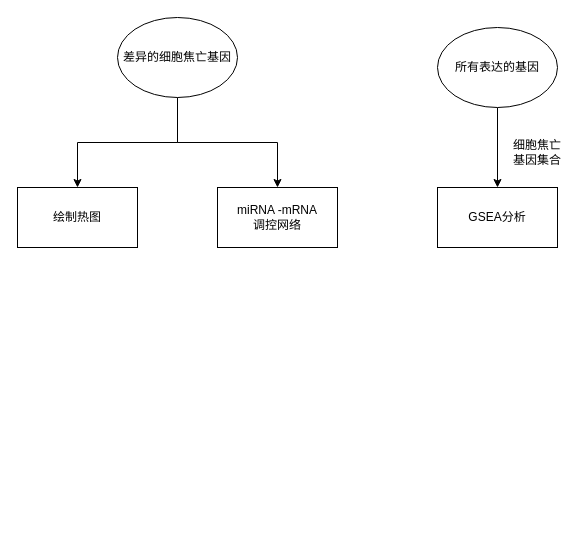
Above: xibao焦亡.drawio in gnilihzeux/Bioinformatics_Pipeline (draw.io), before the change. Source tidied: cells renumbered, new cells numbered last; positions are measured from the earlier drawing's top-left corner, leaving out a move shared by most shapes. Both pictures are drawn from the tidied source at 100%, with x=0, y=0 at pixel (17, 17).
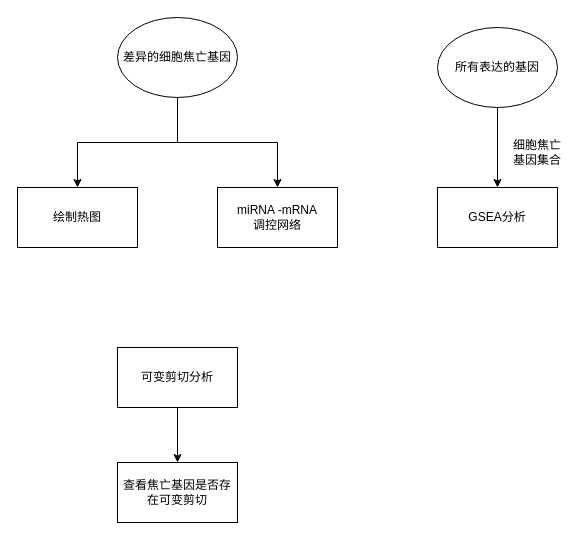
The same page after the edit.

Change to the diagram source:
```diff
@@
 <mxGraphModel>
   <root>
     <mxCell id="0" />
     <mxCell id="1" parent="0" />
     <mxCell id="2" style="edgeStyle=orthogonalEdgeStyle;rounded=0;jettySize=auto;html=1;" parent="1" edge="1" source="4" target="5">
       <mxGeometry relative="1" as="geometry" />
     </mxCell>
     <mxCell id="3" style="edgeStyle=orthogonalEdgeStyle;rounded=0;jettySize=auto;html=1;" parent="1" edge="1" source="4" target="6">
       <mxGeometry relative="1" as="geometry" />
     </mxCell>
     <mxCell id="4" value="差异的细胞焦亡基因" style="ellipse;whiteSpace=wrap;html=1;" parent="1" vertex="1">
       <mxGeometry x="100" width="120" height="80" as="geometry" />
     </mxCell>
     <mxCell id="5" value="绘制热图" style="whiteSpace=wrap;html=1;" parent="1" vertex="1">
       <mxGeometry y="170" width="120" height="60" as="geometry" />
     </mxCell>
     <mxCell id="6" value="miRNA -mRNA &lt;br&gt;调控网络" style="whiteSpace=wrap;html=1;" parent="1" vertex="1">
       <mxGeometry x="200" y="170" width="120" height="60" as="geometry" />
     </mxCell>
     <mxCell id="7" style="edgeStyle=orthogonalEdgeStyle;rounded=0;jettySize=auto;html=1;" parent="1" edge="1" source="8" target="9">
       <mxGeometry relative="1" as="geometry" />
     </mxCell>
     <mxCell id="8" value="所有表达的基因" style="ellipse;whiteSpace=wrap;html=1;" parent="1" vertex="1">
       <mxGeometry x="420" y="10" width="120" height="80" as="geometry" />
     </mxCell>
     <mxCell id="9" value="GSEA分析" style="whiteSpace=wrap;html=1;" parent="1" vertex="1">
       <mxGeometry x="420" y="170" width="120" height="60" as="geometry" />
     </mxCell>
     <mxCell id="10" value="细胞焦亡基因集合" style="text;html=1;strokeColor=none;fillColor=none;align=center;verticalAlign=middle;whiteSpace=wrap;rounded=0;" parent="1" vertex="1">
       <mxGeometry x="490" y="120" width="60" height="30" as="geometry" />
     </mxCell>
+    <mxCell id="11" style="edgeStyle=orthogonalEdgeStyle;rounded=0;jettySize=auto;html=1;" parent="1" edge="1" source="12" target="13">
+      <mxGeometry relative="1" as="geometry" />
+    </mxCell>
+    <mxCell id="12" value="可变剪切分析" style="rounded=0;whiteSpace=wrap;html=1;" parent="1" vertex="1">
+      <mxGeometry x="100" y="330" width="120" height="60" as="geometry" />
+    </mxCell>
+    <mxCell id="13" value="查看焦亡基因是否存在可变剪切" style="whiteSpace=wrap;html=1;rounded=0;" parent="1" vertex="1">
+      <mxGeometry x="100" y="445" width="120" height="60" as="geometry" />
+    </mxCell>
   </root>
 </mxGraphModel>
```
